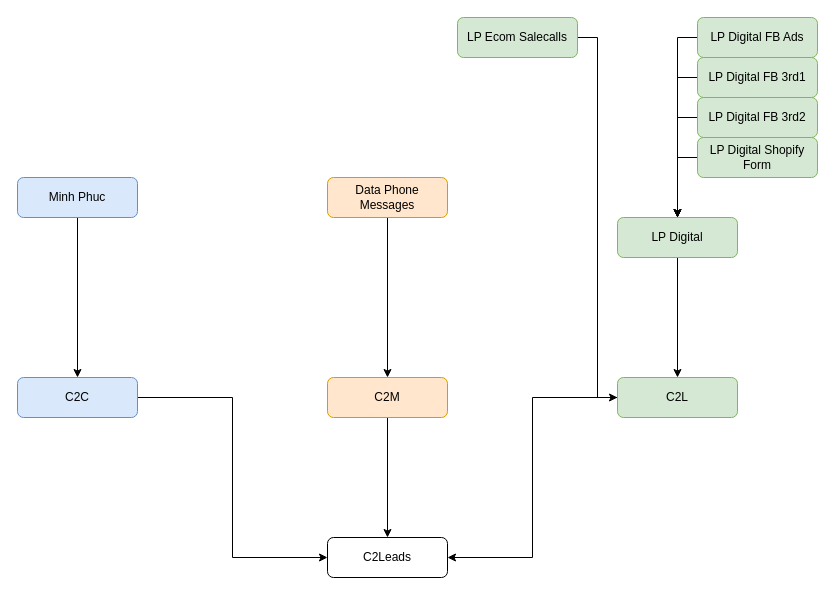
The draw.io diagram Funnel.drawio in hmvuanem/pyscripts, before the edit. Source tidied: cells renumbered, new cells numbered last; positions are measured from the earlier drawing's top-left corner, leaving out a move shared by most shapes. Both pictures are drawn from the tidied source at 100%, with x=0, y=0 at pixel (17, 17).
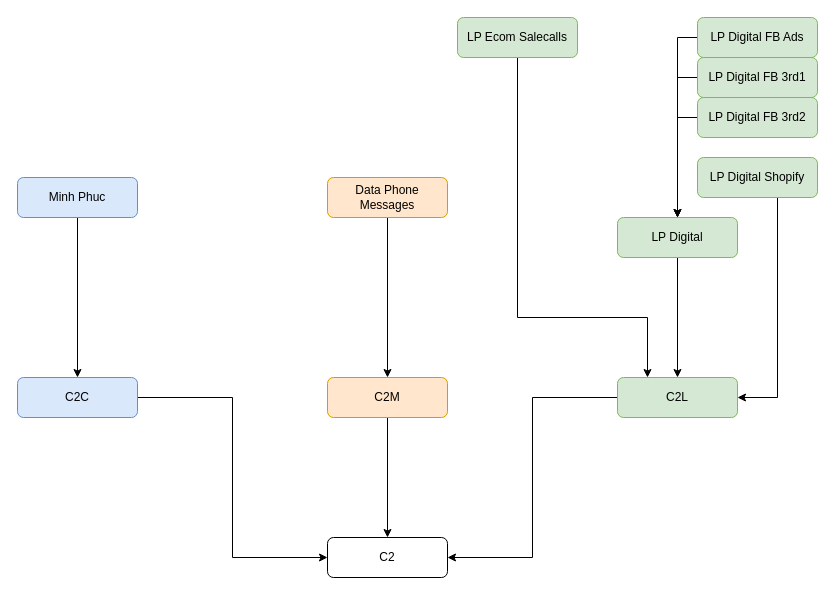
After the change.

Commit message (it also covers changes not shown here):
Renewed Funnel diagram

The change refers to these unchanged cells:
```xml
<mxCell id="7" value="C2L" style="rounded=1;whiteSpace=wrap;html=1;fontSize=12;glass=0;strokeWidth=1;shadow=0;fillColor=#d5e8d4;strokeColor=#82b366;" parent="1" vertex="1">
  <mxGeometry x="600" y="360" width="120" height="40" as="geometry" />
</mxCell>
<mxCell id="17" value="LP Ecom Salecalls" style="rounded=1;whiteSpace=wrap;html=1;fontSize=12;glass=0;strokeWidth=1;shadow=0;fillColor=#d5e8d4;strokeColor=#82b366;" parent="1" vertex="1">
  <mxGeometry x="440" width="120" height="40" as="geometry" />
</mxCell>
<mxCell id="19" value="LP Digital" style="rounded=1;whiteSpace=wrap;html=1;fontSize=12;glass=0;strokeWidth=1;shadow=0;fillColor=#d5e8d4;strokeColor=#82b366;" parent="1" vertex="1">
  <mxGeometry x="600" y="200" width="120" height="40" as="geometry" />
</mxCell>
```

The edit, as a diff of the source:
```diff
@@
-    <mxCell id="14" style="edgeStyle=orthogonalEdgeStyle;rounded=0;jettySize=auto;html=1;entryX=0.5;entryY=0;entryDx=0;entryDy=0;" parent="1" edge="1" source="15" target="19">
+    <mxCell id="14" style="edgeStyle=orthogonalEdgeStyle;rounded=0;jettySize=auto;html=1;entryX=1;entryY=0.5;entryDx=0;entryDy=0;" parent="1" edge="1" source="15" target="7">
       <mxGeometry relative="1" as="geometry">
         <Array as="points">
-          <mxPoint x="660" y="140" />
+          <mxPoint x="760" y="380" />
         </Array>
       </mxGeometry>
     </mxCell>
-    <mxCell id="15" value="LP Digital Shopify Form" style="rounded=1;whiteSpace=wrap;html=1;fontSize=12;glass=0;strokeWidth=1;shadow=0;fillColor=#d5e8d4;strokeColor=#82b366;" parent="1" vertex="1">
-      <mxGeometry x="680" y="120" width="120" height="40" as="geometry" />
+    <mxCell id="15" value="LP Digital Shopify" style="rounded=1;whiteSpace=wrap;html=1;fontSize=12;glass=0;strokeWidth=1;shadow=0;fillColor=#d5e8d4;strokeColor=#82b366;" parent="1" vertex="1">
+      <mxGeometry x="680" y="140" width="120" height="40" as="geometry" />
     </mxCell>
-    <mxCell id="16" style="edgeStyle=orthogonalEdgeStyle;rounded=0;jettySize=auto;html=1;entryX=0;entryY=0.5;entryDx=0;entryDy=0;" parent="1" edge="1" source="17" target="7">
-      <mxGeometry relative="1" as="geometry" />
+    <mxCell id="16" style="edgeStyle=orthogonalEdgeStyle;rounded=0;jettySize=auto;html=1;entryX=0.25;entryY=0;entryDx=0;entryDy=0;" parent="1" edge="1" source="17" target="7">
+      <mxGeometry relative="1" as="geometry">
+        <Array as="points">
+          <mxPoint x="500" y="300" />
+          <mxPoint x="630" y="300" />
+        </Array>
+      </mxGeometry>
     </mxCell>
@@
-    <mxCell id="24" value="C2Leads" style="rounded=1;whiteSpace=wrap;html=1;fontSize=12;glass=0;strokeWidth=1;shadow=0;" parent="1" vertex="1">
+    <mxCell id="24" value="C2" style="rounded=1;whiteSpace=wrap;html=1;fontSize=12;glass=0;strokeWidth=1;shadow=0;" parent="1" vertex="1">
       <mxGeometry x="310" y="520" width="120" height="40" as="geometry" />
     </mxCell>
```
